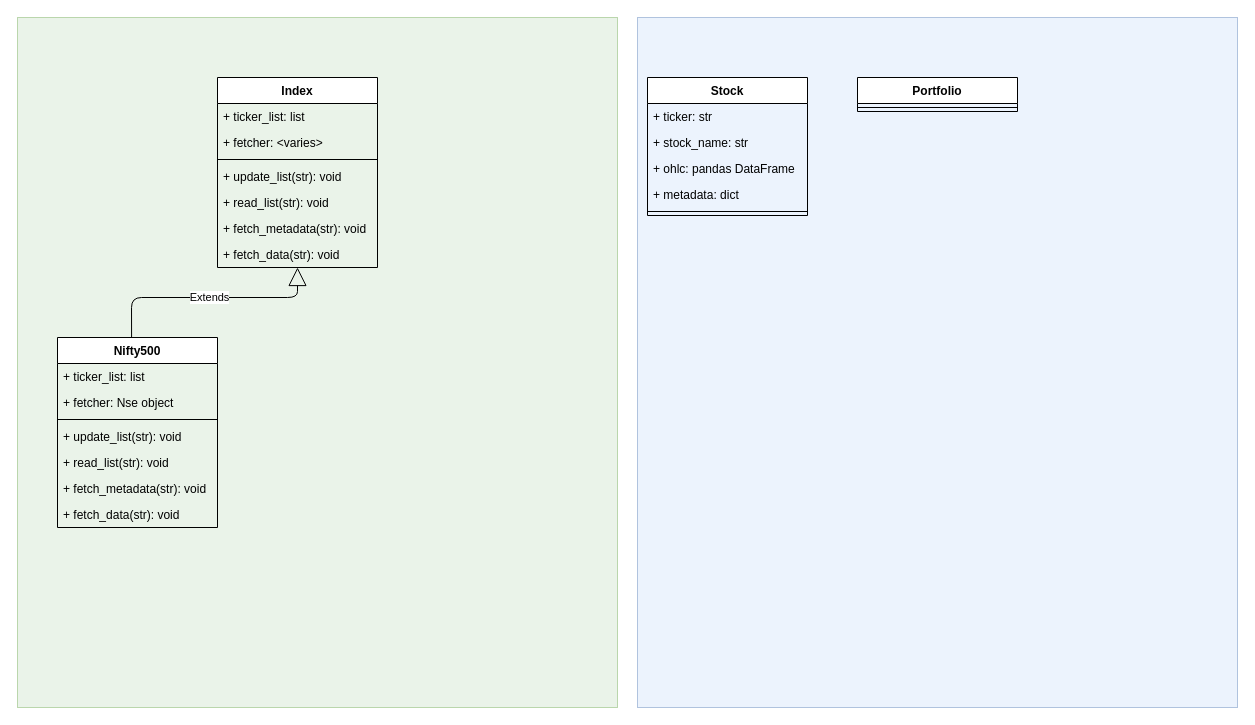
avnish98/market-dashboard keeps this draw.io diagram as diagrams/class-diagram.drawio. Above is the earlier version. Source tidied: cells renumbered, new cells numbered last; positions are measured from the earlier drawing's top-left corner, leaving out a move shared by most shapes. Both pictures are drawn from the tidied source at 100%, with x=0, y=0 at pixel (17, 17).
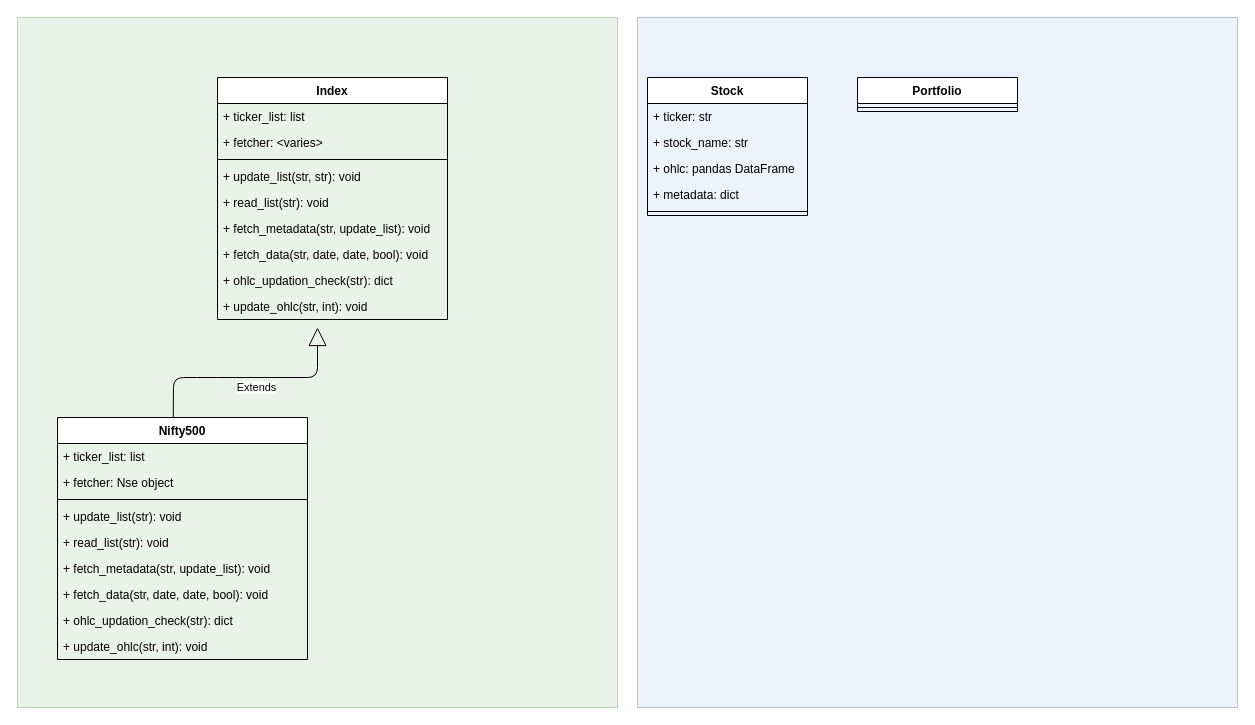
The same page after the edit.

Commit message:
updated class diagram

The edit, as a diff of the source:
```diff
@@
     <mxCell id="4" value="Index" style="swimlane;fontStyle=1;align=center;verticalAlign=top;horizontal=1;startSize=26;" parent="1" vertex="1">
-      <mxGeometry x="200" y="60" width="160" height="190" as="geometry" />
+      <mxGeometry x="200" y="60" width="230" height="242" as="geometry" />
     </mxCell>
     <mxCell id="5" value="+ ticker_list: list" style="text;strokeColor=none;fillColor=none;align=left;verticalAlign=top;spacingLeft=4;spacingRight=4;overflow=hidden;" parent="4" vertex="1">
-      <mxGeometry y="26" width="160" height="26" as="geometry" />
+      <mxGeometry y="26" width="230" height="26" as="geometry" />
     </mxCell>
     <mxCell id="6" value="+ fetcher: &lt;varies&gt;" style="text;strokeColor=none;fillColor=none;align=left;verticalAlign=top;spacingLeft=4;spacingRight=4;overflow=hidden;" parent="4" vertex="1">
-      <mxGeometry y="52" width="160" height="26" as="geometry" />
+      <mxGeometry y="52" width="230" height="26" as="geometry" />
     </mxCell>
     <mxCell id="7" style="line;strokeWidth=1;fillColor=none;align=left;verticalAlign=middle;spacingTop=-1;spacingLeft=3;spacingRight=3;labelPosition=right;" parent="4" vertex="1">
-      <mxGeometry y="78" width="160" height="8" as="geometry" />
+      <mxGeometry y="78" width="230" height="8" as="geometry" />
     </mxCell>
-    <mxCell id="8" value="+ update_list(str): void" style="text;strokeColor=none;fillColor=none;align=left;verticalAlign=top;spacingLeft=4;spacingRight=4;overflow=hidden;" parent="4" vertex="1">
-      <mxGeometry y="86" width="160" height="26" as="geometry" />
+    <mxCell id="8" value="+ update_list(str, str): void" style="text;strokeColor=none;fillColor=none;align=left;verticalAlign=top;spacingLeft=4;spacingRight=4;overflow=hidden;" parent="4" vertex="1">
+      <mxGeometry y="86" width="230" height="26" as="geometry" />
     </mxCell>
     <mxCell id="9" value="+ read_list(str): void" style="text;strokeColor=none;fillColor=none;align=left;verticalAlign=top;spacingLeft=4;spacingRight=4;overflow=hidden;" parent="4" vertex="1">
-      <mxGeometry y="112" width="160" height="26" as="geometry" />
+      <mxGeometry y="112" width="230" height="26" as="geometry" />
     </mxCell>
-    <mxCell id="10" value="+ fetch_metadata(str): void" style="text;strokeColor=none;fillColor=none;align=left;verticalAlign=top;spacingLeft=4;spacingRight=4;overflow=hidden;" parent="4" vertex="1">
-      <mxGeometry y="138" width="160" height="26" as="geometry" />
+    <mxCell id="10" value="+ fetch_metadata(str, update_list): void" style="text;strokeColor=none;fillColor=none;align=left;verticalAlign=top;spacingLeft=4;spacingRight=4;overflow=hidden;" parent="4" vertex="1">
+      <mxGeometry y="138" width="230" height="26" as="geometry" />
     </mxCell>
-    <mxCell id="11" value="+ fetch_data(str): void" style="text;strokeColor=none;fillColor=none;align=left;verticalAlign=top;spacingLeft=4;spacingRight=4;overflow=hidden;" parent="4" vertex="1">
-      <mxGeometry y="164" width="160" height="26" as="geometry" />
+    <mxCell id="11" value="+ fetch_data(str, date, date, bool): void" style="text;strokeColor=none;fillColor=none;align=left;verticalAlign=top;spacingLeft=4;spacingRight=4;overflow=hidden;" parent="4" vertex="1">
+      <mxGeometry y="164" width="230" height="26" as="geometry" />
     </mxCell>
+    <mxCell id="29" value="+ ohlc_updation_check(str): dict" style="text;strokeColor=none;fillColor=none;align=left;verticalAlign=top;spacingLeft=4;spacingRight=4;overflow=hidden;" parent="4" vertex="1">
+      <mxGeometry y="190" width="230" height="26" as="geometry" />
+    </mxCell>
+    <mxCell id="30" value="+ update_ohlc(str, int): void" style="text;strokeColor=none;fillColor=none;align=left;verticalAlign=top;spacingLeft=4;spacingRight=4;overflow=hidden;" parent="4" vertex="1">
+      <mxGeometry y="216" width="230" height="26" as="geometry" />
+    </mxCell>
     <mxCell id="12" value="Nifty500" style="swimlane;fontStyle=1;align=center;verticalAlign=top;horizontal=1;startSize=26;" parent="1" vertex="1">
-      <mxGeometry x="40" y="320" width="160" height="190" as="geometry" />
+      <mxGeometry x="40" y="400" width="250" height="242" as="geometry" />
     </mxCell>
     <mxCell id="13" value="+ ticker_list: list" style="text;strokeColor=none;fillColor=none;align=left;verticalAlign=top;spacingLeft=4;spacingRight=4;overflow=hidden;" parent="12" vertex="1">
-      <mxGeometry y="26" width="160" height="26" as="geometry" />
+      <mxGeometry y="26" width="250" height="26" as="geometry" />
     </mxCell>
     <mxCell id="14" value="+ fetcher: Nse object" style="text;strokeColor=none;fillColor=none;align=left;verticalAlign=top;spacingLeft=4;spacingRight=4;overflow=hidden;" parent="12" vertex="1">
-      <mxGeometry y="52" width="160" height="26" as="geometry" />
+      <mxGeometry y="52" width="250" height="26" as="geometry" />
     </mxCell>
     <mxCell id="15" style="line;strokeWidth=1;fillColor=none;align=left;verticalAlign=middle;spacingTop=-1;spacingLeft=3;spacingRight=3;labelPosition=right;" parent="12" vertex="1">
-      <mxGeometry y="78" width="160" height="8" as="geometry" />
+      <mxGeometry y="78" width="250" height="8" as="geometry" />
     </mxCell>
     <mxCell id="16" value="+ update_list(str): void" style="text;strokeColor=none;fillColor=none;align=left;verticalAlign=top;spacingLeft=4;spacingRight=4;overflow=hidden;" parent="12" vertex="1">
-      <mxGeometry y="86" width="160" height="26" as="geometry" />
+      <mxGeometry y="86" width="250" height="26" as="geometry" />
     </mxCell>
     <mxCell id="17" value="+ read_list(str): void" style="text;strokeColor=none;fillColor=none;align=left;verticalAlign=top;spacingLeft=4;spacingRight=4;overflow=hidden;" parent="12" vertex="1">
-      <mxGeometry y="112" width="160" height="26" as="geometry" />
+      <mxGeometry y="112" width="250" height="26" as="geometry" />
     </mxCell>
-    <mxCell id="18" value="+ fetch_metadata(str): void" style="text;strokeColor=none;fillColor=none;align=left;verticalAlign=top;spacingLeft=4;spacingRight=4;overflow=hidden;" parent="12" vertex="1">
-      <mxGeometry y="138" width="160" height="26" as="geometry" />
-    </mxCell>
-    <mxCell id="19" value="+ fetch_data(str): void" style="text;strokeColor=none;fillColor=none;align=left;verticalAlign=top;spacingLeft=4;spacingRight=4;overflow=hidden;" parent="12" vertex="1">
-      <mxGeometry y="164" width="160" height="26" as="geometry" />
-    </mxCell>
+    <mxCell id="31" value="+ fetch_metadata(str, update_list): void" style="text;strokeColor=none;fillColor=none;align=left;verticalAlign=top;spacingLeft=4;spacingRight=4;overflow=hidden;" parent="12" vertex="1">
+      <mxGeometry y="138" width="250" height="26" as="geometry" />
+    </mxCell>
+    <mxCell id="32" value="+ fetch_data(str, date, date, bool): void" style="text;strokeColor=none;fillColor=none;align=left;verticalAlign=top;spacingLeft=4;spacingRight=4;overflow=hidden;" parent="12" vertex="1">
+      <mxGeometry y="164" width="250" height="26" as="geometry" />
+    </mxCell>
+    <mxCell id="33" value="+ ohlc_updation_check(str): dict" style="text;strokeColor=none;fillColor=none;align=left;verticalAlign=top;spacingLeft=4;spacingRight=4;overflow=hidden;" parent="12" vertex="1">
+      <mxGeometry y="190" width="250" height="26" as="geometry" />
+    </mxCell>
+    <mxCell id="34" value="+ update_ohlc(str, int): void" style="text;strokeColor=none;fillColor=none;align=left;verticalAlign=top;spacingLeft=4;spacingRight=4;overflow=hidden;" parent="12" vertex="1">
+      <mxGeometry y="216" width="250" height="26" as="geometry" />
+    </mxCell>
@@
-    <mxCell id="26" value="Extends" style="endArrow=block;endSize=16;endFill=0;html=1;exitX=0.463;exitY=0;exitDx=0;exitDy=0;exitPerimeter=0;" parent="1" edge="1" source="12" target="4">
-      <mxGeometry relative="1" as="geometry">
+    <mxCell id="26" value="Extends" style="endArrow=block;endSize=16;endFill=0;html=1;exitX=0.463;exitY=0;exitDx=0;exitDy=0;exitPerimeter=0;" parent="1" edge="1" source="12">
+      <mxGeometry x="0.05" y="-10" relative="1" as="geometry">
+        <mxPoint x="300" y="310" as="targetPoint" />
         <Array as="points">
-          <mxPoint x="114" y="280" />
-          <mxPoint x="280" y="280" />
+          <mxPoint x="156" y="360" />
+          <mxPoint x="190" y="360" />
+          <mxPoint x="300" y="360" />
+          <mxPoint x="300" y="310" />
         </Array>
       </mxGeometry>
     </mxCell>
```
